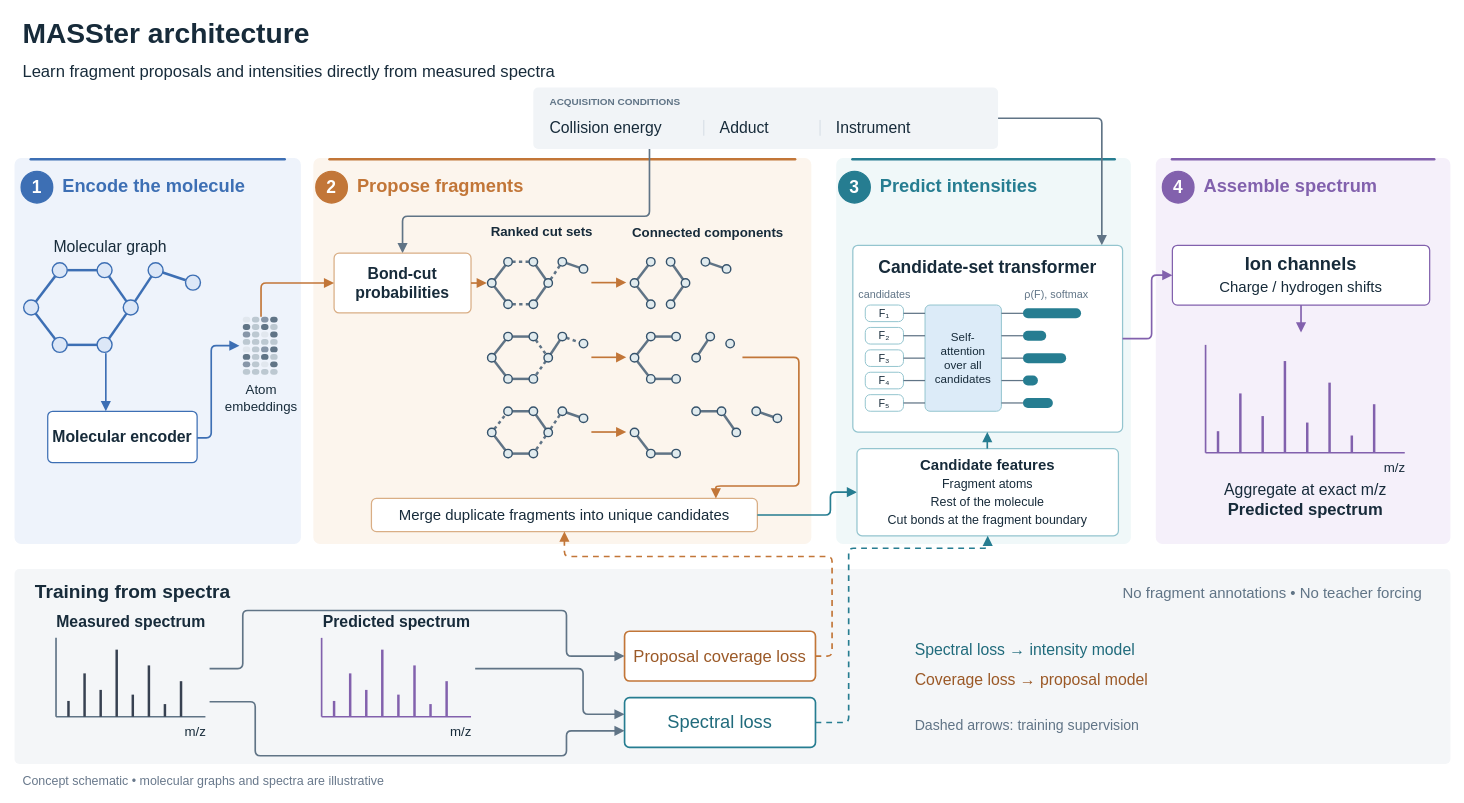
Earlier version of the draw.io diagram page "MASSter architecture" (1 of 2) of docs/figures/masster_figures.drawio (LZhang98/fragnnet). Source tidied: cells renumbered, new cells numbered last; positions are measured from the earlier drawing's top-left corner, leaving out a move shared by most shapes. Both pictures are drawn from the tidied source at 83%, with x=0, y=0 at pixel (14, 14).
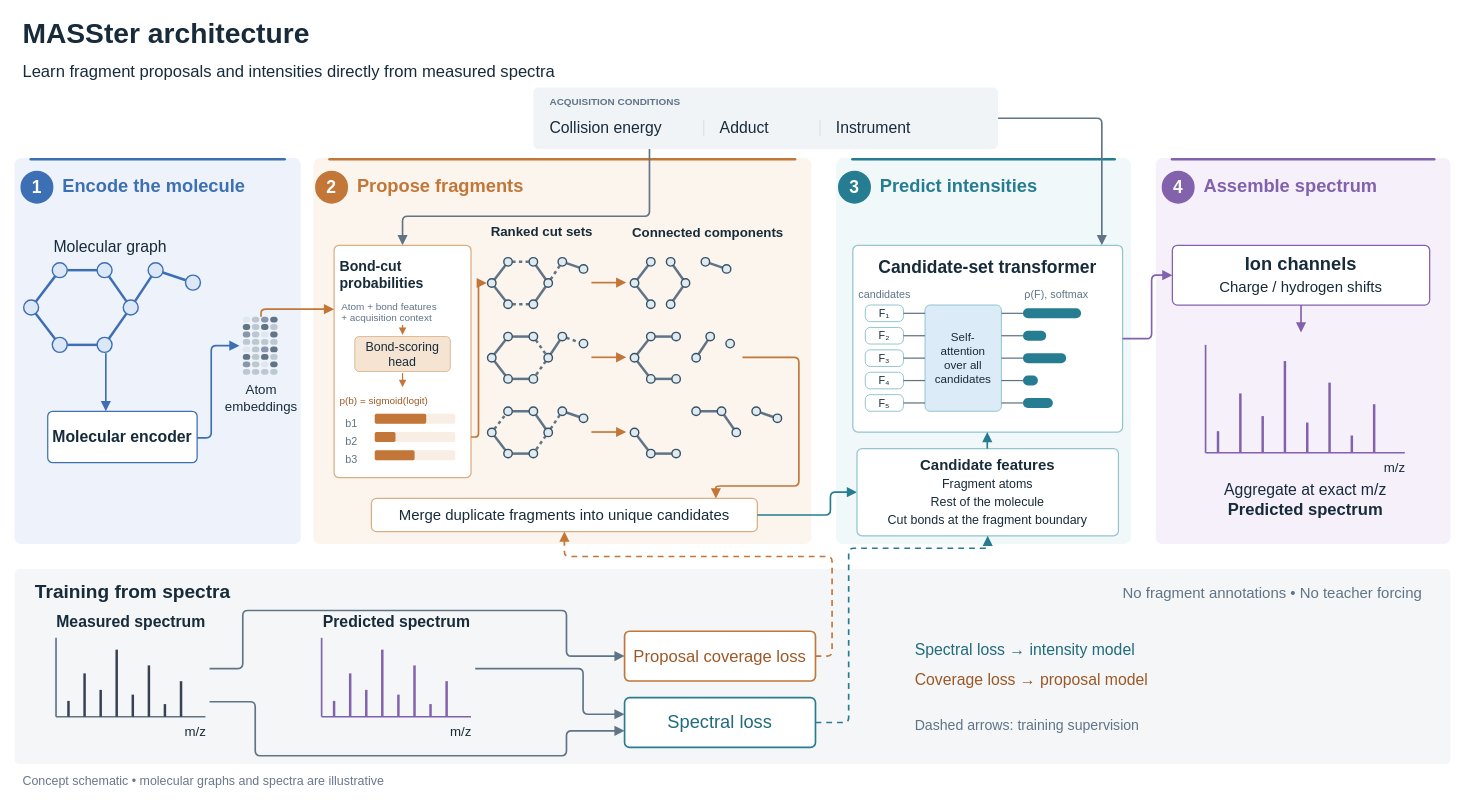
The same page after the edit.

What changed in the source:
```diff
@@
-    <mxCell id="50" value="Bond-cut&lt;br&gt;probabilities" style="rounded=1;absoluteArcSize=1;arcSize=12;whiteSpace=wrap;html=1;fillColor=#FFFFFF;strokeColor=#D9AE85;strokeWidth=1.5;fontFamily=Arial;fontSize=19;fontStyle=1;fontColor=#172B3A;" parent="1" vertex="1">
-      <mxGeometry x="385" y="287.5" width="165" height="72" as="geometry" />
+    <mxCell id="50" style="rounded=1;absoluteArcSize=1;arcSize=12;whiteSpace=wrap;html=1;fillColor=#FFFFFF;strokeColor=#D9AE85;strokeWidth=1.5;fontFamily=Arial;fontSize=19;fontStyle=1;fontColor=#172B3A;" parent="1" vertex="1">
+      <mxGeometry x="385" y="278" width="165" height="280" as="geometry" />
     </mxCell>
+    <mxCell id="271" value="Bond-cut&lt;br&gt;probabilities" style="html=1;whiteSpace=wrap;fontFamily=Arial;align=center;verticalAlign=middle;text;fontSize=17;fontStyle=1;fontColor=#172B3A;" parent="50" vertex="1">
+      <mxGeometry x="5" y="10" width="155" height="42" as="geometry" />
+    </mxCell>
+    <mxCell id="272" value="Atom + bond features&lt;br&gt;+ acquisition context" style="html=1;whiteSpace=wrap;fontFamily=Arial;align=center;verticalAlign=middle;text;fontSize=12;fontColor=#607486;" parent="50" vertex="1">
+      <mxGeometry x="7" y="60" width="151" height="34" as="geometry" />
+    </mxCell>
+    <mxCell id="273" value="Bond-scoring&lt;br&gt;head" style="html=1;whiteSpace=wrap;fontFamily=Arial;align=center;verticalAlign=middle;rounded=1;absoluteArcSize=1;arcSize=10;fillColor=#F6E4D3;strokeColor=#D9AE85;fontSize=15;fontColor=#172B3A;" parent="50" vertex="1">
+      <mxGeometry x="25" y="110" width="115" height="42" as="geometry" />
+    </mxCell>
+    <mxCell id="274" value="p(b) = sigmoid(logit)" style="html=1;whiteSpace=wrap;fontFamily=Arial;align=center;verticalAlign=middle;text;fontSize=12;fontColor=#9B5927;" parent="50" vertex="1">
+      <mxGeometry x="5" y="174" width="155" height="22" as="geometry" />
+    </mxCell>
+    <mxCell id="275" value="b1" style="html=1;whiteSpace=wrap;fontFamily=Arial;align=center;verticalAlign=middle;text;fontSize=13;fontColor=#607486;" parent="50" vertex="1">
+      <mxGeometry x="12" y="200" width="30" height="18" as="geometry" />
+    </mxCell>
+    <mxCell id="276" style="html=1;whiteSpace=wrap;fontFamily=Arial;align=center;verticalAlign=middle;rounded=1;absoluteArcSize=1;arcSize=4;fillColor=#F8EEE4;strokeColor=none;" parent="50" vertex="1">
+      <mxGeometry x="49" y="203" width="97" height="12" as="geometry" />
+    </mxCell>
+    <mxCell id="277" style="html=1;whiteSpace=wrap;fontFamily=Arial;align=center;verticalAlign=middle;rounded=1;absoluteArcSize=1;arcSize=4;fillColor=#C27638;strokeColor=none;" parent="50" vertex="1">
+      <mxGeometry x="49" y="203" width="62" height="12" as="geometry" />
+    </mxCell>
+    <mxCell id="278" value="b2" style="html=1;whiteSpace=wrap;fontFamily=Arial;align=center;verticalAlign=middle;text;fontSize=13;fontColor=#607486;" parent="50" vertex="1">
+      <mxGeometry x="12" y="222" width="30" height="18" as="geometry" />
+    </mxCell>
+    <mxCell id="279" style="html=1;whiteSpace=wrap;fontFamily=Arial;align=center;verticalAlign=middle;rounded=1;absoluteArcSize=1;arcSize=4;fillColor=#F8EEE4;strokeColor=none;" parent="50" vertex="1">
+      <mxGeometry x="49" y="225" width="97" height="12" as="geometry" />
+    </mxCell>
+    <mxCell id="280" style="html=1;whiteSpace=wrap;fontFamily=Arial;align=center;verticalAlign=middle;rounded=1;absoluteArcSize=1;arcSize=4;fillColor=#C27638;strokeColor=none;" parent="50" vertex="1">
+      <mxGeometry x="49" y="225" width="25" height="12" as="geometry" />
+    </mxCell>
+    <mxCell id="281" value="b3" style="html=1;whiteSpace=wrap;fontFamily=Arial;align=center;verticalAlign=middle;text;fontSize=13;fontColor=#607486;" parent="50" vertex="1">
+      <mxGeometry x="12" y="244" width="30" height="18" as="geometry" />
+    </mxCell>
+    <mxCell id="282" style="html=1;whiteSpace=wrap;fontFamily=Arial;align=center;verticalAlign=middle;rounded=1;absoluteArcSize=1;arcSize=4;fillColor=#F8EEE4;strokeColor=none;" parent="50" vertex="1">
+      <mxGeometry x="49" y="247" width="97" height="12" as="geometry" />
+    </mxCell>
+    <mxCell id="283" style="html=1;whiteSpace=wrap;fontFamily=Arial;align=center;verticalAlign=middle;rounded=1;absoluteArcSize=1;arcSize=4;fillColor=#C27638;strokeColor=none;" parent="50" vertex="1">
+      <mxGeometry x="49" y="247" width="48" height="12" as="geometry" />
+    </mxCell>
+    <mxCell id="284" style="edgeStyle=none;html=1;strokeColor=#C27638;strokeWidth=1.5;endArrow=block;endFill=1;endSize=5;" parent="50" edge="1">
+      <mxGeometry relative="1" as="geometry">
+        <mxPoint x="82.5" y="96" as="sourcePoint" />
+        <mxPoint x="82.5" y="108" as="targetPoint" />
+      </mxGeometry>
+    </mxCell>
+    <mxCell id="285" style="edgeStyle=none;html=1;strokeColor=#C27638;strokeWidth=1.5;endArrow=block;endFill=1;endSize=5;" parent="50" edge="1">
+      <mxGeometry relative="1" as="geometry">
+        <mxPoint x="82.5" y="154" as="sourcePoint" />
+        <mxPoint x="82.5" y="171" as="targetPoint" />
+      </mxGeometry>
+    </mxCell>
-    <mxCell id="51" style="edgeStyle=orthogonalEdgeStyle;rounded=1;arcSize=12;html=1;strokeColor=#C27638;strokeWidth=2;endArrow=block;endFill=1;endSize=7;startArrow=none;entryX=0;entryY=0.5;entryDx=0;entryDy=0;entryPerimeter=0;" parent="1" edge="1" target="50">
+    <mxCell id="51" style="edgeStyle=orthogonalEdgeStyle;rounded=1;arcSize=12;html=1;strokeColor=#C27638;strokeWidth=2;endArrow=block;endFill=1;endSize=7;startArrow=none;entryX=0;entryY=0.275;entryDx=0;entryDy=0;entryPerimeter=0;" parent="1" edge="1" target="50">
       <mxGeometry relative="1" as="geometry">
         <mxPoint x="297" y="364" as="sourcePoint" />
         <Array as="points">
-          <mxPoint x="297" y="323.5" />
+          <mxPoint x="297" y="355" />
         </Array>
       </mxGeometry>
     </mxCell>
@@
-    <mxCell id="53" style="edgeStyle=none;html=1;strokeColor=#C27638;strokeWidth=2;endArrow=block;endFill=1;endSize=7;startArrow=none;exitX=1;exitY=0.5;exitDx=0;exitDy=0;exitPerimeter=0;" parent="1" edge="1" source="50">
+    <mxCell id="53" style="edgeStyle=orthogonalEdgeStyle;rounded=1;arcSize=8;html=1;strokeColor=#C27638;strokeWidth=2;endArrow=block;endFill=1;endSize=7;startArrow=none;exitX=1;exitY=0.825;exitDx=0;exitDy=0;exitPerimeter=0;" parent="1" edge="1" source="50">
       <mxGeometry relative="1" as="geometry">
         <mxPoint x="569" y="323.5" as="targetPoint" />
+        <Array as="points">
+          <mxPoint x="559" y="509" />
+          <mxPoint x="559" y="323.5" />
+        </Array>
       </mxGeometry>
     </mxCell>
```
